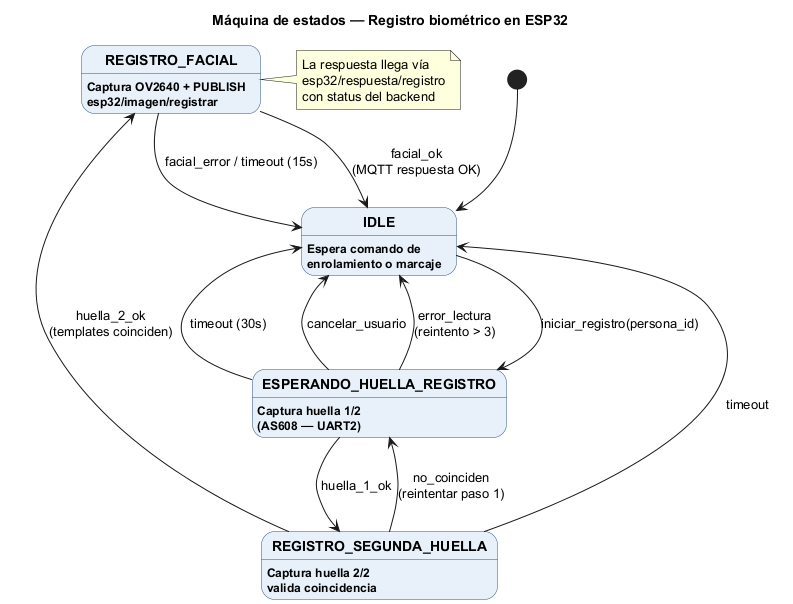
Before: Informe/diagrams/maquina_estados_esp32.png, a diagram exported from PlantUML (BorgTb/AsistenciaBackendFinal).
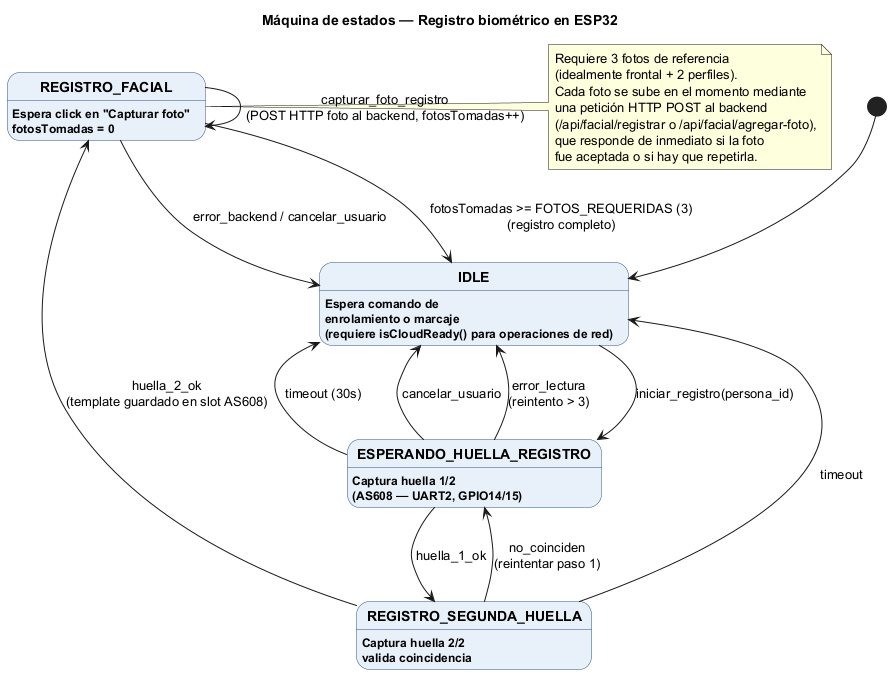
After the change.

What changed in the source:
```diff
@@ -10,28 +10,33 @@
 
 [*] --> IDLE
 
-IDLE : Espera comando de\nenrolamiento o marcaje
+IDLE : Espera comando de\nenrolamiento o marcaje\n(requiere isCloudReady() para operaciones de red)
 IDLE --> ESPERANDO_HUELLA_REGISTRO : iniciar_registro(persona_id)
 
-ESPERANDO_HUELLA_REGISTRO : Captura huella 1/2\n(AS608 — UART2)
+ESPERANDO_HUELLA_REGISTRO : Captura huella 1/2\n(AS608 — UART2, GPIO14/15)
 ESPERANDO_HUELLA_REGISTRO --> REGISTRO_SEGUNDA_HUELLA : huella_1_ok
 ESPERANDO_HUELLA_REGISTRO --> IDLE : timeout (30s)
 ESPERANDO_HUELLA_REGISTRO --> IDLE : cancelar_usuario
 ESPERANDO_HUELLA_REGISTRO --> IDLE : error_lectura\n(reintento > 3)
 
 REGISTRO_SEGUNDA_HUELLA : Captura huella 2/2\nvalida coincidencia
-REGISTRO_SEGUNDA_HUELLA --> REGISTRO_FACIAL : huella_2_ok\n(templates coinciden)
+REGISTRO_SEGUNDA_HUELLA --> REGISTRO_FACIAL : huella_2_ok\n(template guardado en slot AS608)
 REGISTRO_SEGUNDA_HUELLA --> ESPERANDO_HUELLA_REGISTRO : no_coinciden\n(reintentar paso 1)
 REGISTRO_SEGUNDA_HUELLA --> IDLE : timeout
 
-REGISTRO_FACIAL : Captura OV2640 + PUBLISH\nesp32/imagen/registrar
-REGISTRO_FACIAL --> IDLE : facial_ok\n(MQTT respuesta OK)
-REGISTRO_FACIAL --> IDLE : facial_error / timeout (15s)
+REGISTRO_FACIAL : Espera click en "Capturar foto"\nfotosTomadas = 0
+REGISTRO_FACIAL --> REGISTRO_FACIAL : capturar_foto_registro\n(POST HTTP foto al backend, fotosTomadas++)
+REGISTRO_FACIAL --> IDLE : fotosTomadas >= FOTOS_REQUERIDAS (3)\n(registro completo)
+REGISTRO_FACIAL --> IDLE : error_backend / cancelar_usuario
 
 note right of REGISTRO_FACIAL
-  La respuesta llega vía
-  esp32/respuesta/registro
-  con status del backend
+  Requiere 3 fotos de referencia
+  (idealmente frontal + 2 perfiles).
+  Cada foto se sube en el momento mediante
+  una petición HTTP POST al backend
+  (/api/facial/registrar o /api/facial/agregar-foto),
+  que responde de inmediato si la foto
+  fue aceptada o si hay que repetirla.
 end note
 
 @enduml
```
